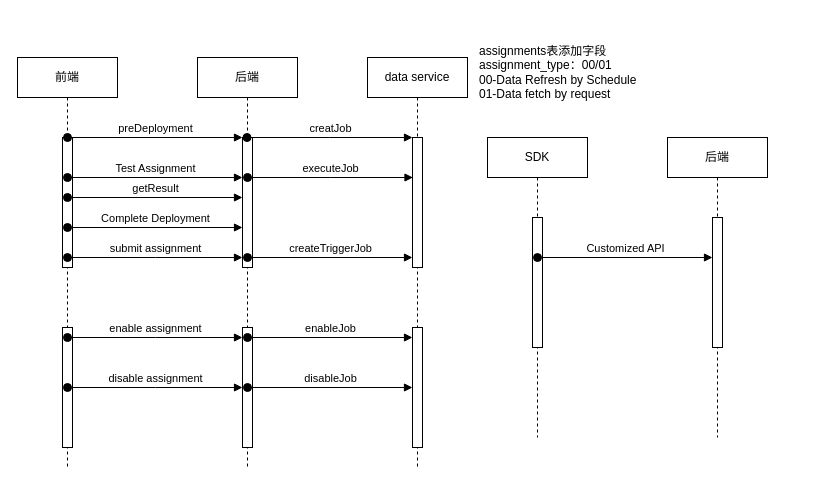
Before: Untitled Diagram.drawio in mrdishbird/hello-world, a draw.io diagram. Source tidied: cells renumbered, new cells numbered last; positions are measured from the earlier drawing's top-left corner, leaving out a move shared by most shapes. Both pictures are drawn from the tidied source at 100%, with x=0, y=0 at pixel (17, 37).
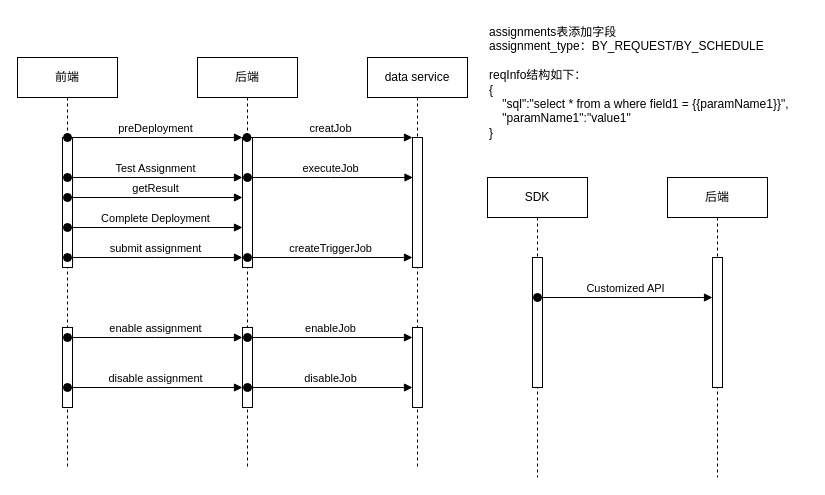
The same page after the edit.

Unchanged cells that the change refers to:
```xml
<mxCell id="2" value="前端" style="shape=umlLifeline;perimeter=lifelinePerimeter;whiteSpace=wrap;html=1;newEdgeStyle={&quot;edgeStyle&quot;:&quot;elbowEdgeStyle&quot;,&quot;elbow&quot;:&quot;vertical&quot;,&quot;curved&quot;:0,&quot;rounded&quot;:0};" parent="1" vertex="1">
  <mxGeometry y="20" width="100" height="410" as="geometry" />
</mxCell>
<mxCell id="5" value="后端" style="shape=umlLifeline;perimeter=lifelinePerimeter;whiteSpace=wrap;html=1;newEdgeStyle={&quot;edgeStyle&quot;:&quot;elbowEdgeStyle&quot;,&quot;elbow&quot;:&quot;vertical&quot;,&quot;curved&quot;:0,&quot;rounded&quot;:0};" parent="1" vertex="1">
  <mxGeometry x="180" y="20" width="100" height="410" as="geometry" />
</mxCell>
<mxCell id="8" value="data service" style="shape=umlLifeline;perimeter=lifelinePerimeter;whiteSpace=wrap;html=1;newEdgeStyle={&quot;edgeStyle&quot;:&quot;elbowEdgeStyle&quot;,&quot;elbow&quot;:&quot;vertical&quot;,&quot;curved&quot;:0,&quot;rounded&quot;:0};" parent="1" vertex="1">
  <mxGeometry x="350" y="20" width="100" height="410" as="geometry" />
</mxCell>
```

What changed in the source:
```diff
@@
     <mxCell id="4" style="html=1;perimeter=orthogonalPerimeter;targetShapes=umlLifeline;newEdgeStyle={&quot;edgeStyle&quot;:&quot;elbowEdgeStyle&quot;,&quot;elbow&quot;:&quot;vertical&quot;,&quot;curved&quot;:0,&quot;rounded&quot;:0};" parent="2" vertex="1">
-      <mxGeometry x="45" y="270" width="10" height="120" as="geometry" />
+      <mxGeometry x="45" y="270" width="10" height="80" as="geometry" />
     </mxCell>
@@
     <mxCell id="7" style="html=1;perimeter=orthogonalPerimeter;targetShapes=umlLifeline;newEdgeStyle={&quot;edgeStyle&quot;:&quot;elbowEdgeStyle&quot;,&quot;elbow&quot;:&quot;vertical&quot;,&quot;curved&quot;:0,&quot;rounded&quot;:0};" parent="5" vertex="1">
-      <mxGeometry x="45" y="270" width="10" height="120" as="geometry" />
+      <mxGeometry x="45" y="270" width="10" height="80" as="geometry" />
     </mxCell>
@@
     <mxCell id="10" style="html=1;perimeter=orthogonalPerimeter;targetShapes=umlLifeline;newEdgeStyle={&quot;edgeStyle&quot;:&quot;elbowEdgeStyle&quot;,&quot;elbow&quot;:&quot;vertical&quot;,&quot;curved&quot;:0,&quot;rounded&quot;:0};" parent="8" vertex="1">
-      <mxGeometry x="45" y="270" width="10" height="120" as="geometry" />
+      <mxGeometry x="45" y="270" width="10" height="80" as="geometry" />
     </mxCell>
@@
     <mxCell id="18" value="SDK" style="shape=umlLifeline;perimeter=lifelinePerimeter;whiteSpace=wrap;html=1;newEdgeStyle={&quot;edgeStyle&quot;:&quot;elbowEdgeStyle&quot;,&quot;elbow&quot;:&quot;vertical&quot;,&quot;curved&quot;:0,&quot;rounded&quot;:0};" parent="1" vertex="1">
-      <mxGeometry x="470" y="100" width="100" height="300" as="geometry" />
+      <mxGeometry x="470" y="140" width="100" height="300" as="geometry" />
     </mxCell>
@@
     <mxCell id="20" value="后端" style="shape=umlLifeline;perimeter=lifelinePerimeter;whiteSpace=wrap;html=1;newEdgeStyle={&quot;edgeStyle&quot;:&quot;elbowEdgeStyle&quot;,&quot;elbow&quot;:&quot;vertical&quot;,&quot;curved&quot;:0,&quot;rounded&quot;:0};" parent="1" vertex="1">
-      <mxGeometry x="650" y="100" width="100" height="300" as="geometry" />
+      <mxGeometry x="650" y="140" width="100" height="300" as="geometry" />
     </mxCell>
@@
     <mxCell id="22" value="Customized API" style="html=1;verticalAlign=bottom;startArrow=oval;startFill=1;endArrow=block;startSize=8;edgeStyle=elbowEdgeStyle;elbow=vertical;curved=0;rounded=0;" parent="1" edge="1">
       <mxGeometry relative="1" as="geometry">
-        <mxPoint x="520" y="220" as="sourcePoint" />
-        <mxPoint x="695" y="220" as="targetPoint" />
+        <mxPoint x="520" y="260" as="sourcePoint" />
+        <mxPoint x="695" y="260" as="targetPoint" />
       </mxGeometry>
     </mxCell>
@@
-    <mxCell id="27" value="assignments表添加字段&lt;br&gt;assignment_type：00/01&lt;br&gt;00-Data Refresh by Schedule&lt;br&gt;01-Data fetch by request" style="text;html=1;align=left;verticalAlign=middle;strokeColor=none;fillColor=none;" parent="1" vertex="1">
-      <mxGeometry x="460" width="180" height="70" as="geometry" />
+    <mxCell id="27" value="assignments表添加字段&lt;br&gt;assignment_type：BY_REQUEST/BY_SCHEDULE&lt;br&gt;&lt;br&gt;reqInfo结构如下：&lt;br&gt;{&lt;br&gt;&amp;nbsp; &amp;nbsp; &quot;sql&quot;:&quot;select * from a where field1 = {{paramName1}}&quot;,&lt;br&gt;&amp;nbsp; &amp;nbsp; &quot;paramName1&quot;:&quot;value1&quot;&lt;br&gt;}" style="text;html=1;align=left;verticalAlign=middle;strokeColor=none;fillColor=none;" parent="1" vertex="1">
+      <mxGeometry x="470" y="-20" width="320" height="130" as="geometry" />
     </mxCell>
```
